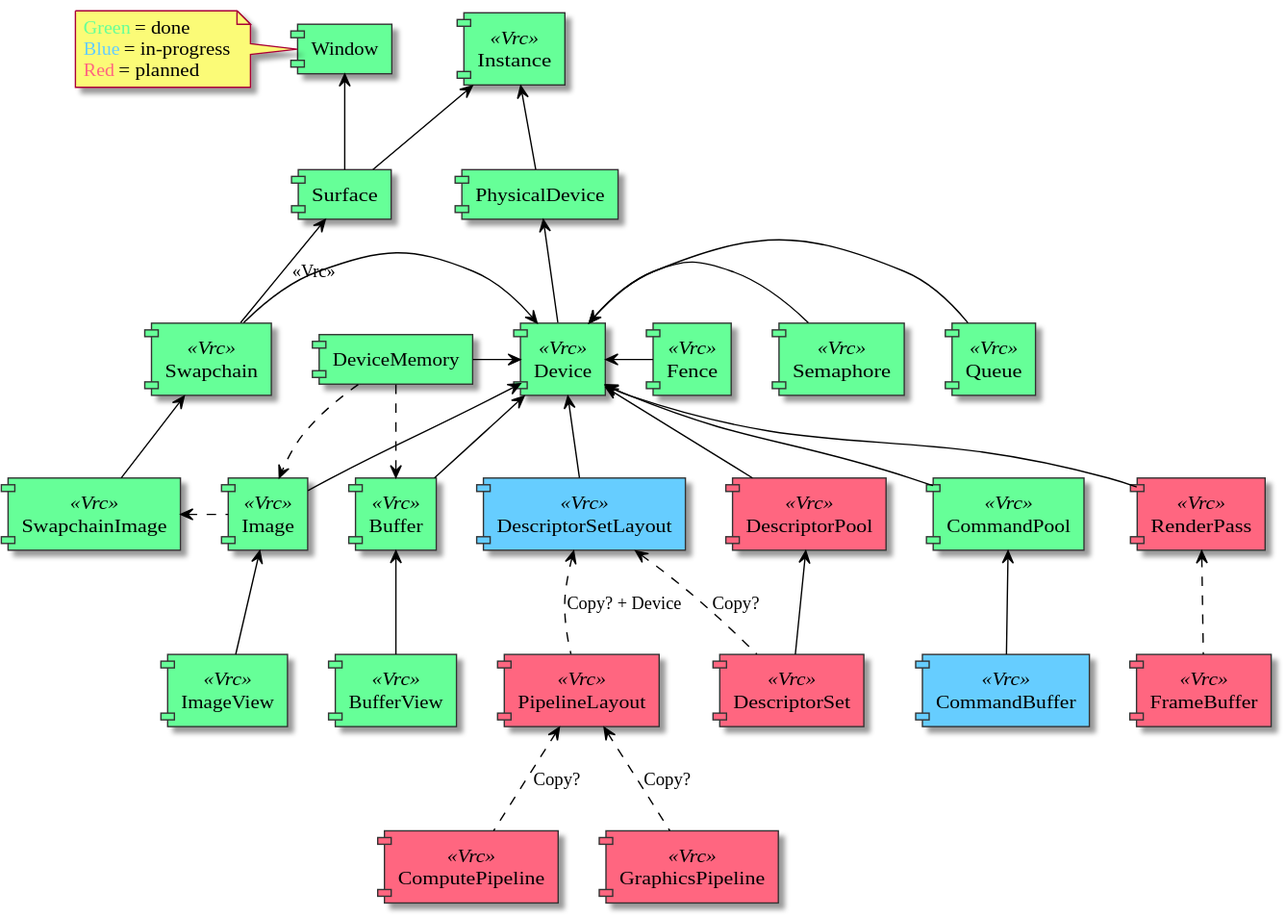
Before: assets/diagrams/object_dependency_graph.svg, a diagram exported from PlantUML (vulkayes/vulkayes-thesis).
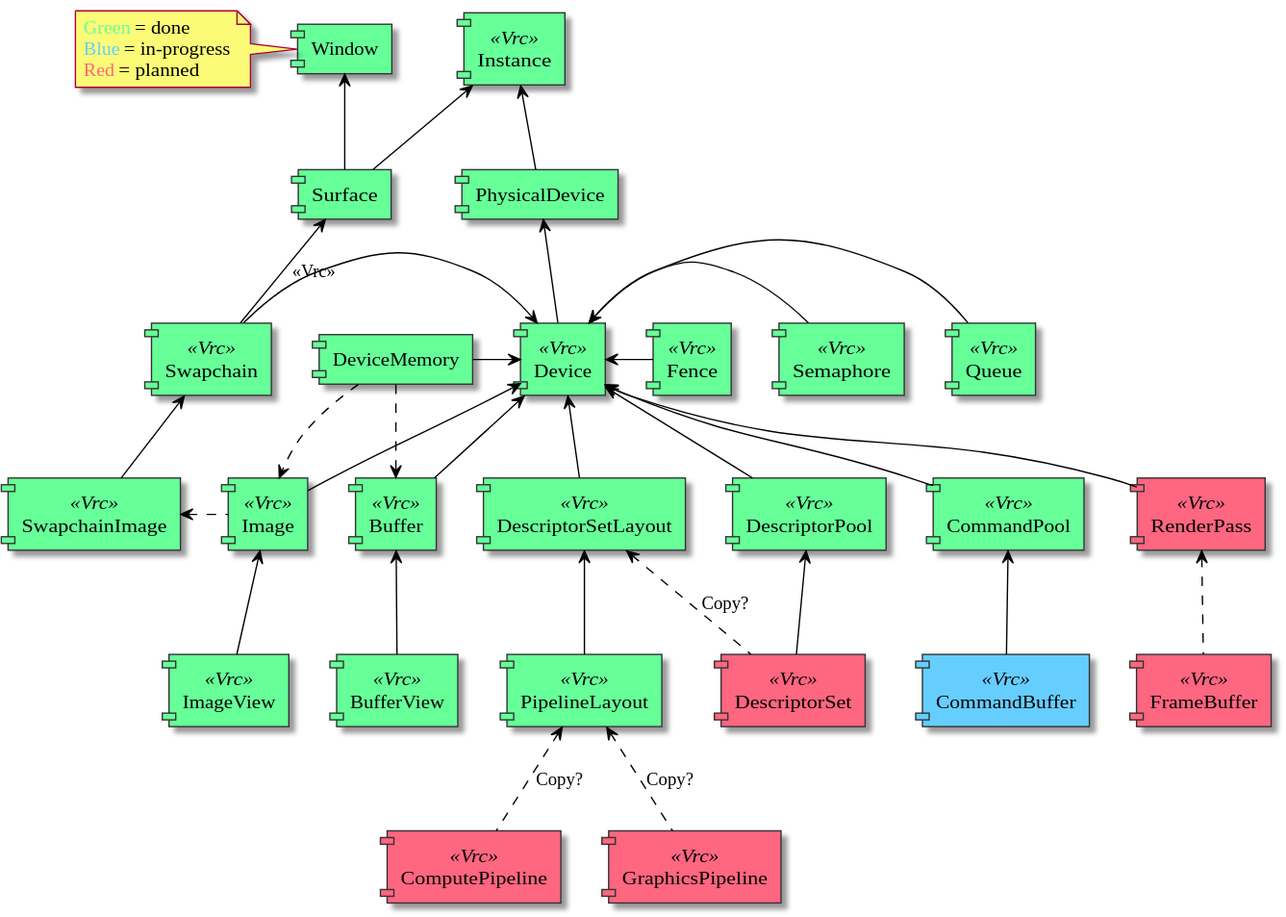
Later version of the same file.

The edit, as a diff of the source:
```diff
@@ -42,10 +42,10 @@
 component [ComputePipeline] <<Vrc>> #FF6680
 component [GraphicsPipeline] <<Vrc>> #FF6680
 
-component [DescriptorSetLayout] <<Vrc>> #66CDFF
-component [PipelineLayout] <<Vrc>> #FF6680
+component [DescriptorSetLayout] <<Vrc>> #66FF98
+component [PipelineLayout] <<Vrc>> #66FF98
 
-component [DescriptorPool] <<Vrc>> #FF6680
+component [DescriptorPool] <<Vrc>> #66FF98
 component [DescriptorSet] <<Vrc>> #FF6680
 
 component [Semaphore] <<Vrc>> #66FF98
@@ -83,7 +83,7 @@
 
 [RenderPass] <.. [FrameBuffer]
 [DescriptorSetLayout] <.. [DescriptorSet] : Copy?
-[DescriptorSetLayout] <.. [PipelineLayout] : Copy? + Device
+[DescriptorSetLayout] <-- [PipelineLayout]
 [PipelineLayout] <.. [ComputePipeline] : Copy?
 [PipelineLayout] <.. [GraphicsPipeline] : Copy?
 [DescriptorPool] <-- [DescriptorSet]
```
